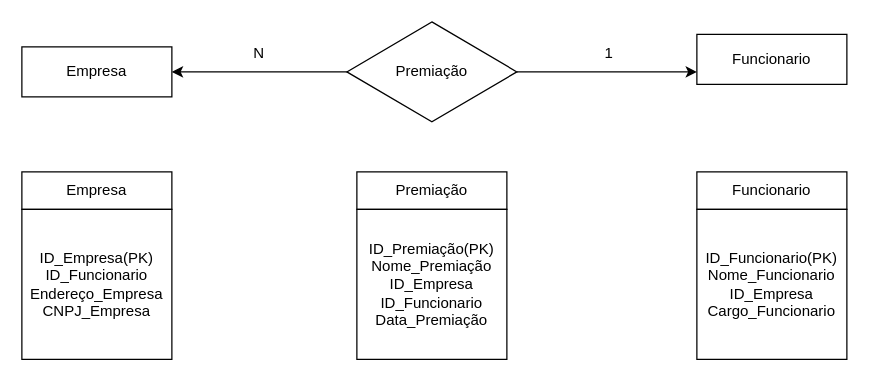
Before: Atividade final UC2/Diagrama Modelagem de dados/Diagrama funcionariopremiação.drawio in geangela07/Atividades, a draw.io diagram. Source tidied: cells renumbered, new cells numbered last; positions are measured from the earlier drawing's top-left corner, leaving out a move shared by most shapes. Both pictures are drawn from the tidied source at 125%, with x=0, y=0 at pixel (21, 21).
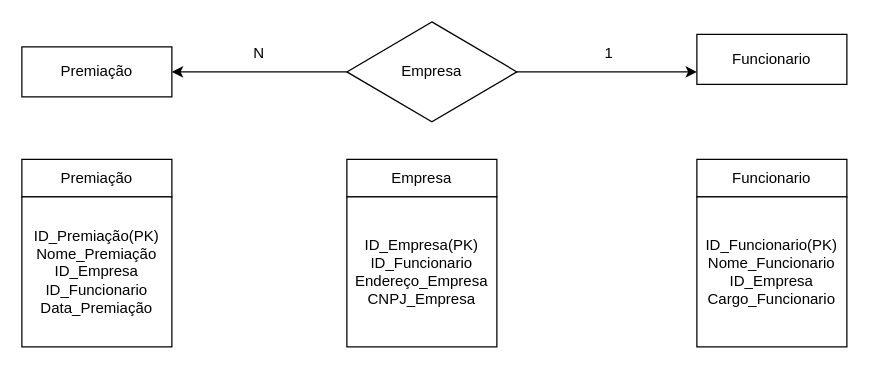
Above is the later version.

Change to the diagram source:
```diff
@@
 <mxGraphModel>
   <root>
     <mxCell id="0" />
     <mxCell id="1" parent="0" />
-    <mxCell id="2" value="Empresa" style="rounded=0;whiteSpace=wrap;html=1;" parent="1" vertex="1">
+    <mxCell id="2" value="Premiação" style="rounded=0;whiteSpace=wrap;html=1;" parent="1" vertex="1">
       <mxGeometry y="20" width="120" height="40" as="geometry" />
     </mxCell>
-    <mxCell id="3" value="Premiação" style="rhombus;whiteSpace=wrap;html=1;" parent="1" vertex="1">
+    <mxCell id="3" value="Empresa" style="rhombus;whiteSpace=wrap;html=1;" parent="1" vertex="1">
       <mxGeometry x="260" width="136" height="80" as="geometry" />
     </mxCell>
     <mxCell id="4" value="Funcionario" style="rounded=0;whiteSpace=wrap;html=1;" parent="1" vertex="1">
       <mxGeometry x="540" y="10" width="120" height="40" as="geometry" />
     </mxCell>
     <mxCell id="5" style="endArrow=classic;html=1;rounded=0;entryX=1;entryY=0.5;entryDx=0;entryDy=0;exitX=0;exitY=0.5;exitDx=0;exitDy=0;" parent="1" edge="1" source="3" target="2">
       <mxGeometry relative="1" as="geometry" />
     </mxCell>
     <mxCell id="6" style="endArrow=classic;html=1;rounded=0;entryX=0;entryY=0.75;entryDx=0;entryDy=0;exitX=1;exitY=0.5;exitDx=0;exitDy=0;" parent="1" edge="1" source="3" target="4">
       <mxGeometry relative="1" as="geometry" />
     </mxCell>
     <mxCell id="7" value="Empresa" style="rounded=0;whiteSpace=wrap;html=1;" parent="1" vertex="1">
-      <mxGeometry y="120" width="120" height="30" as="geometry" />
+      <mxGeometry x="260" y="110" width="120" height="30" as="geometry" />
     </mxCell>
     <mxCell id="8" value="ID_Empresa(PK)&lt;br&gt;ID_Funcionario&lt;br&gt;Endereço_Empresa&lt;br&gt;CNPJ_Empresa" style="whiteSpace=wrap;html=1;" parent="1" vertex="1">
-      <mxGeometry y="150" width="120" height="120" as="geometry" />
+      <mxGeometry x="260" y="140" width="120" height="120" as="geometry" />
     </mxCell>
     <mxCell id="9" value="Premiação" style="rounded=0;whiteSpace=wrap;html=1;" parent="1" vertex="1">
-      <mxGeometry x="268" y="120" width="120" height="30" as="geometry" />
+      <mxGeometry y="110" width="120" height="30" as="geometry" />
     </mxCell>
     <mxCell id="10" value="ID_Premiação(PK)&lt;br&gt;Nome_Premiação&lt;br&gt;ID_Empresa&lt;br&gt;ID_Funcionario&lt;br&gt;Data_Premiação" style="whiteSpace=wrap;html=1;" parent="1" vertex="1">
-      <mxGeometry x="268" y="150" width="120" height="120" as="geometry" />
+      <mxGeometry y="140" width="120" height="120" as="geometry" />
     </mxCell>
     <mxCell id="11" value="Funcionario" style="rounded=0;whiteSpace=wrap;html=1;" parent="1" vertex="1">
-      <mxGeometry x="540" y="120" width="120" height="30" as="geometry" />
+      <mxGeometry x="540" y="110" width="120" height="30" as="geometry" />
     </mxCell>
     <mxCell id="12" value="ID_Funcionario(PK)&lt;br&gt;Nome_Funcionario&lt;br&gt;ID_Empresa&lt;br&gt;Cargo_Funcionario" style="whiteSpace=wrap;html=1;" parent="1" vertex="1">
-      <mxGeometry x="540" y="150" width="120" height="120" as="geometry" />
+      <mxGeometry x="540" y="140" width="120" height="120" as="geometry" />
     </mxCell>
     <mxCell id="13" value="N" style="text;html=1;strokeColor=none;fillColor=none;align=center;verticalAlign=middle;whiteSpace=wrap;rounded=0;" parent="1" vertex="1">
       <mxGeometry x="160" y="10" width="60" height="30" as="geometry" />
     </mxCell>
     <mxCell id="14" value="1" style="text;html=1;strokeColor=none;fillColor=none;align=center;verticalAlign=middle;whiteSpace=wrap;rounded=0;" parent="1" vertex="1">
       <mxGeometry x="440" y="10" width="60" height="30" as="geometry" />
     </mxCell>
   </root>
 </mxGraphModel>
```
